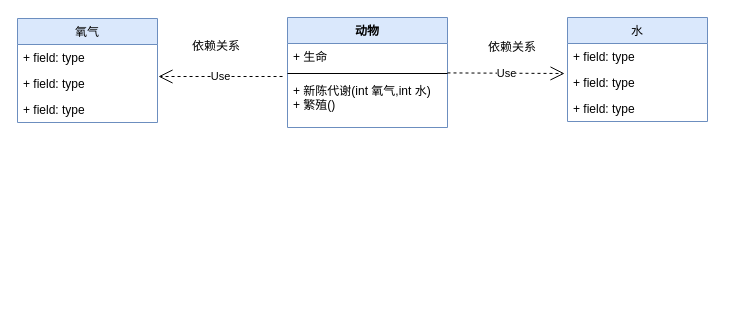
Before: binder/diagram/UML example.drawio in cuijpus/Android, a draw.io diagram. Source tidied: cells renumbered, new cells numbered last; positions are measured from the earlier drawing's top-left corner, leaving out a move shared by most shapes. Both pictures are drawn from the tidied source at 100%, with x=0, y=0 at pixel (17, 17).
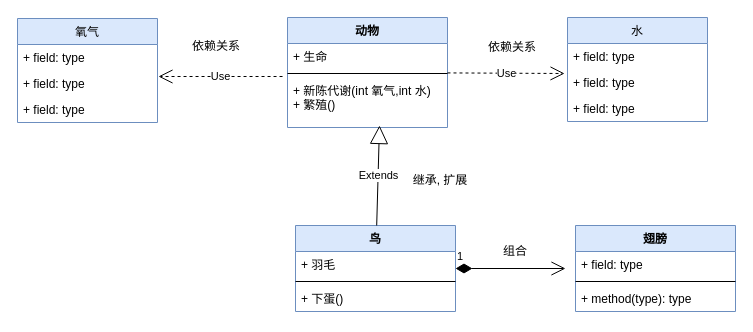
The same diagram, later.

Unchanged cells that the change refers to:
```xml
<mxCell id="5" value="+ 新陈代谢(int 氧气,int 水)&#10;+ 繁殖()&#10;" style="text;strokeColor=none;fillColor=none;align=left;verticalAlign=top;spacingLeft=4;spacingRight=4;overflow=hidden;points=[[0,0.5],[1,0.5]];portConstraint=eastwest;" parent="2" vertex="1">
  <mxGeometry y="60" width="160" height="50" as="geometry" />
</mxCell>
```

The edit, as a diff of the source:
```diff
@@
+    <mxCell id="18" value="鸟" style="swimlane;fontStyle=1;align=center;verticalAlign=top;horizontal=1;startSize=26;fillColor=#dae8fc;strokeColor=#6c8ebf;" parent="1" vertex="1">
+      <mxGeometry x="278" y="208" width="160" height="86" as="geometry" />
+    </mxCell>
+    <mxCell id="19" value="+ 羽毛" style="text;strokeColor=none;fillColor=none;align=left;verticalAlign=top;spacingLeft=4;spacingRight=4;overflow=hidden;" parent="18" vertex="1">
+      <mxGeometry y="26" width="160" height="26" as="geometry" />
+    </mxCell>
+    <mxCell id="20" style="line;strokeWidth=1;fillColor=none;align=left;verticalAlign=middle;spacingTop=-1;spacingLeft=3;spacingRight=3;labelPosition=right;" parent="18" vertex="1">
+      <mxGeometry y="52" width="160" height="8" as="geometry" />
+    </mxCell>
+    <mxCell id="21" value="+ 下蛋()" style="text;strokeColor=none;fillColor=none;align=left;verticalAlign=top;spacingLeft=4;spacingRight=4;overflow=hidden;" parent="18" vertex="1">
+      <mxGeometry y="60" width="160" height="26" as="geometry" />
+    </mxCell>
+    <mxCell id="22" value="Extends" style="endArrow=block;endSize=16;endFill=0;html=1;entryX=0.575;entryY=0.96;entryDx=0;entryDy=0;entryPerimeter=0;" parent="1" edge="1" source="18" target="5">
+      <mxGeometry relative="1" as="geometry" />
+    </mxCell>
+    <mxCell id="23" value="继承, 扩展" style="text;html=1;strokeColor=none;fillColor=none;align=center;verticalAlign=middle;whiteSpace=wrap;rounded=0;" parent="1" vertex="1">
+      <mxGeometry x="388" y="158" width="70" height="10" as="geometry" />
+    </mxCell>
+    <mxCell id="24" value="翅膀" style="swimlane;fontStyle=1;align=center;verticalAlign=top;horizontal=1;startSize=26;fillColor=#dae8fc;strokeColor=#6c8ebf;" parent="1" vertex="1">
+      <mxGeometry x="558" y="208" width="160" height="86" as="geometry" />
+    </mxCell>
+    <mxCell id="25" value="+ field: type" style="text;strokeColor=none;fillColor=none;align=left;verticalAlign=top;spacingLeft=4;spacingRight=4;overflow=hidden;" parent="24" vertex="1">
+      <mxGeometry y="26" width="160" height="26" as="geometry" />
+    </mxCell>
+    <mxCell id="26" style="line;strokeWidth=1;fillColor=none;align=left;verticalAlign=middle;spacingTop=-1;spacingLeft=3;spacingRight=3;labelPosition=right;" parent="24" vertex="1">
+      <mxGeometry y="52" width="160" height="8" as="geometry" />
+    </mxCell>
+    <mxCell id="27" value="+ method(type): type" style="text;strokeColor=none;fillColor=none;align=left;verticalAlign=top;spacingLeft=4;spacingRight=4;overflow=hidden;" parent="24" vertex="1">
+      <mxGeometry y="60" width="160" height="26" as="geometry" />
+    </mxCell>
+    <mxCell id="28" value="1" style="endArrow=open;html=1;endSize=12;startArrow=diamondThin;startSize=14;startFill=1;edgeStyle=orthogonalEdgeStyle;align=left;verticalAlign=bottom;" parent="1" edge="1">
+      <mxGeometry x="-1" y="3" relative="1" as="geometry">
+        <mxPoint x="438" y="251" as="sourcePoint" />
+        <mxPoint x="548" y="251" as="targetPoint" />
+      </mxGeometry>
+    </mxCell>
+    <mxCell id="29" value="组合" style="text;html=1;strokeColor=none;fillColor=none;align=center;verticalAlign=middle;whiteSpace=wrap;rounded=0;" parent="1" vertex="1">
+      <mxGeometry x="473" y="224" width="50" height="20" as="geometry" />
+    </mxCell>
```
